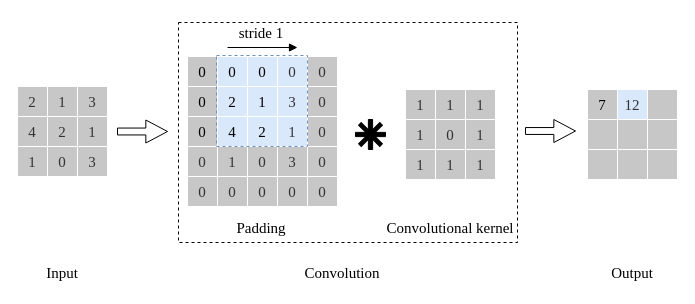
Earlier version of the draw.io diagram machine-learning/convolution.drawio (zhaicao/images). Source tidied: cells renumbered, new cells numbered last; positions are measured from the earlier drawing's top-left corner, leaving out a move shared by most shapes. Both pictures are drawn from the tidied source at 100%, with x=0, y=0 at pixel (17, 17).
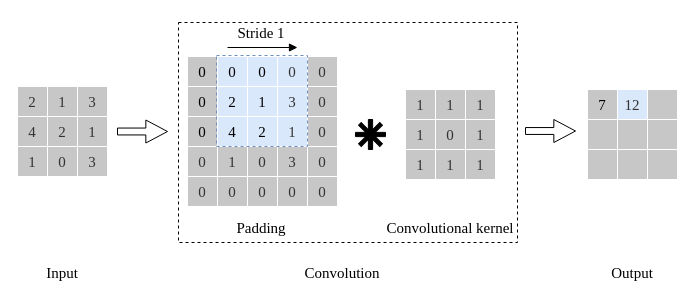
After the change.

The edit, as a diff of the source:
```diff
@@
-    <mxCell id="61" value="stride 1" style="text;html=1;align=center;verticalAlign=middle;whiteSpace=wrap;rounded=0;fontSize=15;fontFamily=Times New Roman;" parent="1" vertex="1">
+    <mxCell id="61" value="Stride 1" style="text;html=1;align=center;verticalAlign=middle;whiteSpace=wrap;rounded=0;fontSize=15;fontFamily=Times New Roman;" parent="1" vertex="1">
       <mxGeometry x="214" width="60" height="30" as="geometry" />
     </mxCell>
```
